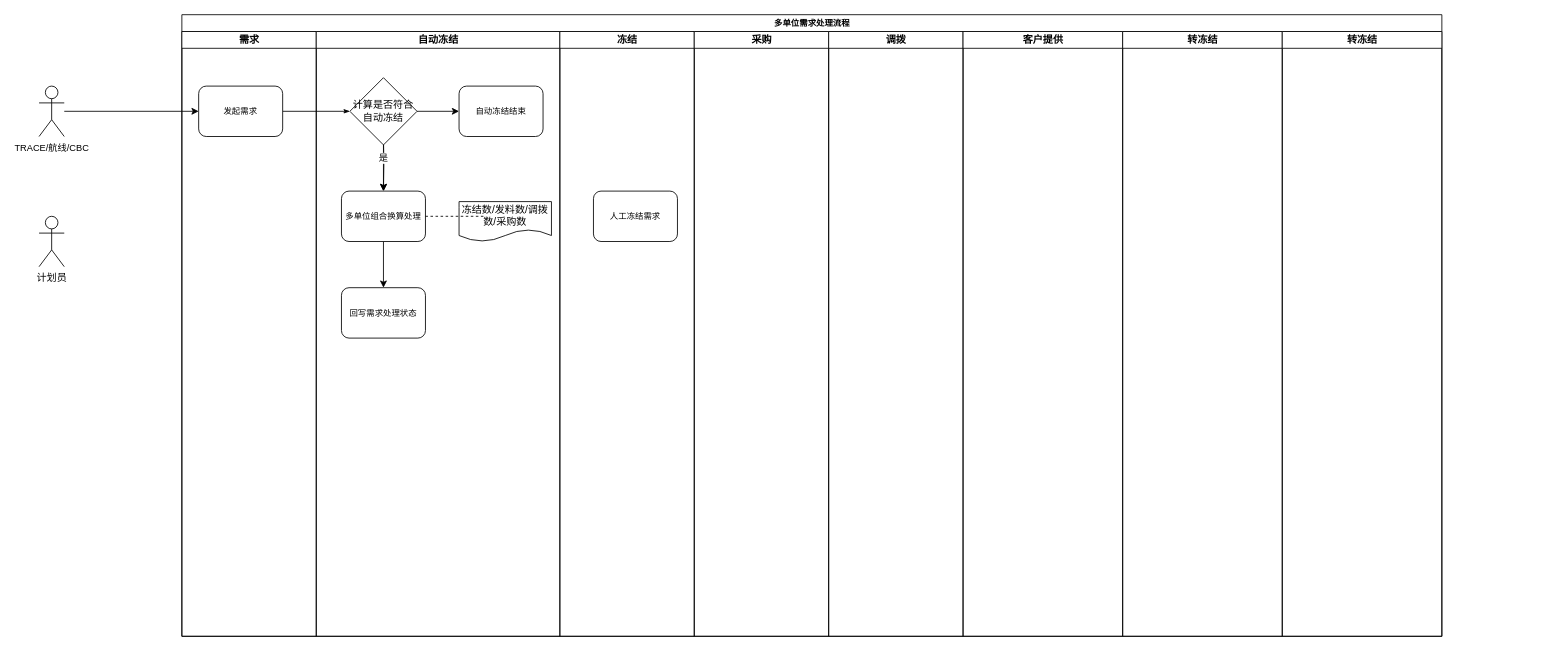
This is 航材需求单位修改.drawio from chenqingfa8520/data-drawio, a draw.io file, before an edit. Source tidied: cells renumbered, new cells numbered last; positions are measured from the earlier drawing's top-left corner, leaving out a move shared by most shapes. Both pictures are drawn from the tidied source at 84%, with x=0, y=0 at pixel (39, 14).
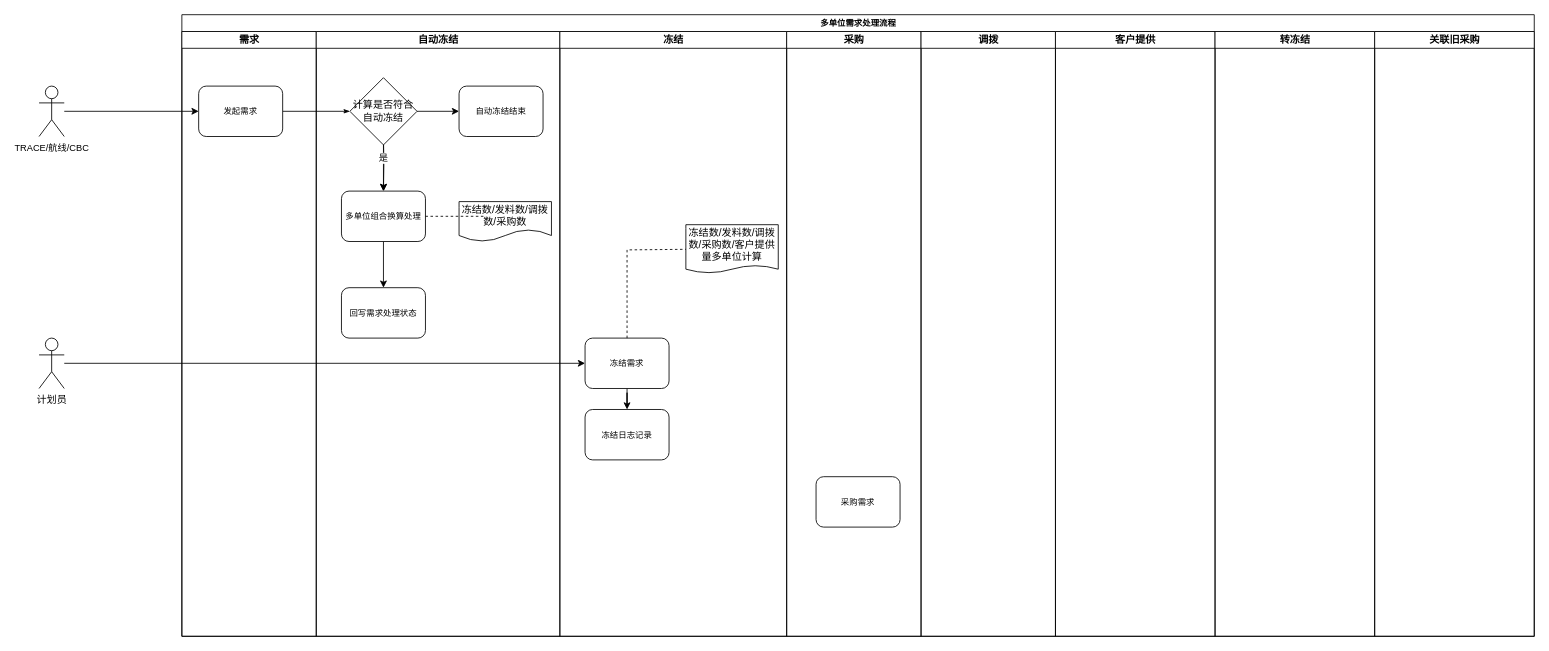
The same diagram, later.

Commit message (it also covers changes not shown here):
更新航材需求单位修改.drawio

Diff of the diagram source:
```diff
@@
     <mxCell id="2" value="&lt;font style=&quot;font-size: 10px;&quot;&gt;多单位需求处理流程&lt;/font&gt;" style="swimlane;html=1;startSize=20;rounded=0;shadow=0;labelBackgroundColor=none;strokeWidth=1;fontFamily=Verdana;fontSize=8;align=center;" parent="1" vertex="1">
-      <mxGeometry x="170" width="1500" height="740" as="geometry" />
+      <mxGeometry x="170" width="1610" height="740" as="geometry" />
     </mxCell>
@@
     <mxCell id="18" value="冻结" style="swimlane;html=1;startSize=20;" parent="2" vertex="1">
-      <mxGeometry x="450" y="20" width="160" height="720" as="geometry" />
+      <mxGeometry x="450" y="20" width="270" height="720" as="geometry" />
     </mxCell>
+    <mxCell id="28" style="edgeStyle=orthogonalEdgeStyle;rounded=0;jettySize=auto;html=1;entryX=0.5;entryY=0;entryDx=0;entryDy=0;" parent="18" edge="1" source="19" target="31">
+      <mxGeometry relative="1" as="geometry" />
+    </mxCell>
-    <mxCell id="19" value="&lt;span style=&quot;font-size: 10px;&quot;&gt;人工冻结需求&lt;/span&gt;" style="rounded=1;whiteSpace=wrap;html=1;shadow=0;labelBackgroundColor=none;strokeWidth=1;fontFamily=Verdana;fontSize=8;align=center;" parent="18" vertex="1">
-      <mxGeometry x="40" y="190" width="100" height="60" as="geometry" />
+    <mxCell id="19" value="&lt;span style=&quot;font-size: 10px;&quot;&gt;冻结需求&lt;/span&gt;" style="rounded=1;whiteSpace=wrap;html=1;shadow=0;labelBackgroundColor=none;strokeWidth=1;fontFamily=Verdana;fontSize=10;align=center;" parent="18" vertex="1">
+      <mxGeometry x="30" y="365" width="100" height="60" as="geometry" />
     </mxCell>
+    <mxCell id="29" value="冻结数/发料数/调拨数/采购数/客户提供量多单位计算" style="shape=document;whiteSpace=wrap;html=1;boundedLbl=1;size=0.15789473684210525;" parent="18" vertex="1">
+      <mxGeometry x="150" y="230" width="110" height="57.5" as="geometry" />
+    </mxCell>
+    <mxCell id="30" style="endArrow=none;dashed=1;html=1;rounded=0;" parent="18" edge="1" source="19" target="29">
+      <mxGeometry relative="1" as="geometry">
+        <Array as="points">
+          <mxPoint x="80" y="260" />
+        </Array>
+      </mxGeometry>
+    </mxCell>
+    <mxCell id="31" value="&lt;span style=&quot;font-size: 10px;&quot;&gt;冻结日志记录&lt;/span&gt;" style="rounded=1;whiteSpace=wrap;html=1;shadow=0;labelBackgroundColor=none;strokeWidth=1;fontFamily=Verdana;fontSize=10;align=center;" parent="18" vertex="1">
+      <mxGeometry x="30" y="450" width="100" height="60" as="geometry" />
+    </mxCell>
     <mxCell id="20" value="采购" style="swimlane;html=1;startSize=20;" parent="2" vertex="1">
-      <mxGeometry x="610" y="20" width="160" height="720" as="geometry" />
+      <mxGeometry x="720" y="20" width="160" height="720" as="geometry" />
     </mxCell>
+    <mxCell id="32" value="&lt;span style=&quot;font-size: 10px;&quot;&gt;采购需求&lt;/span&gt;" style="rounded=1;whiteSpace=wrap;html=1;shadow=0;labelBackgroundColor=none;strokeWidth=1;fontFamily=Verdana;fontSize=10;align=center;" parent="20" vertex="1">
+      <mxGeometry x="35" y="530" width="100" height="60" as="geometry" />
+    </mxCell>
     <mxCell id="21" value="调拨" style="swimlane;html=1;startSize=20;" parent="2" vertex="1">
-      <mxGeometry x="770" y="20" width="160" height="720" as="geometry" />
+      <mxGeometry x="880" y="20" width="160" height="720" as="geometry" />
     </mxCell>
     <mxCell id="22" value="客户提供" style="swimlane;html=1;startSize=20;" parent="2" vertex="1">
-      <mxGeometry x="930" y="20" width="190" height="720" as="geometry" />
+      <mxGeometry x="1040" y="20" width="190" height="720" as="geometry" />
     </mxCell>
+    <mxCell id="27" value="转冻结" style="swimlane;html=1;startSize=20;" parent="2" vertex="1">
+      <mxGeometry x="1230" y="20" width="190" height="720" as="geometry" />
+    </mxCell>
+    <mxCell id="26" value="关联旧采购" style="swimlane;html=1;startSize=20;" parent="2" vertex="1">
+      <mxGeometry x="1420" y="20" width="190" height="720" as="geometry" />
+    </mxCell>
@@
+    <mxCell id="33" style="edgeStyle=orthogonalEdgeStyle;rounded=0;jettySize=auto;html=1;" parent="1" edge="1" source="25" target="19">
+      <mxGeometry relative="1" as="geometry" />
+    </mxCell>
     <mxCell id="25" value="计划员" style="shape=umlActor;verticalLabelPosition=bottom;verticalAlign=top;html=1;outlineConnect=0;" parent="1" vertex="1">
-      <mxGeometry y="240" width="30" height="60" as="geometry" />
+      <mxGeometry y="385" width="30" height="60" as="geometry" />
     </mxCell>
-    <mxCell id="26" value="转冻结" style="swimlane;html=1;startSize=20;" parent="1" vertex="1">
-      <mxGeometry x="1290" y="20" width="190" height="720" as="geometry" />
-    </mxCell>
-    <mxCell id="27" value="转冻结" style="swimlane;html=1;startSize=20;" parent="1" vertex="1">
-      <mxGeometry x="1480" y="20" width="190" height="720" as="geometry" />
-    </mxCell>
```
